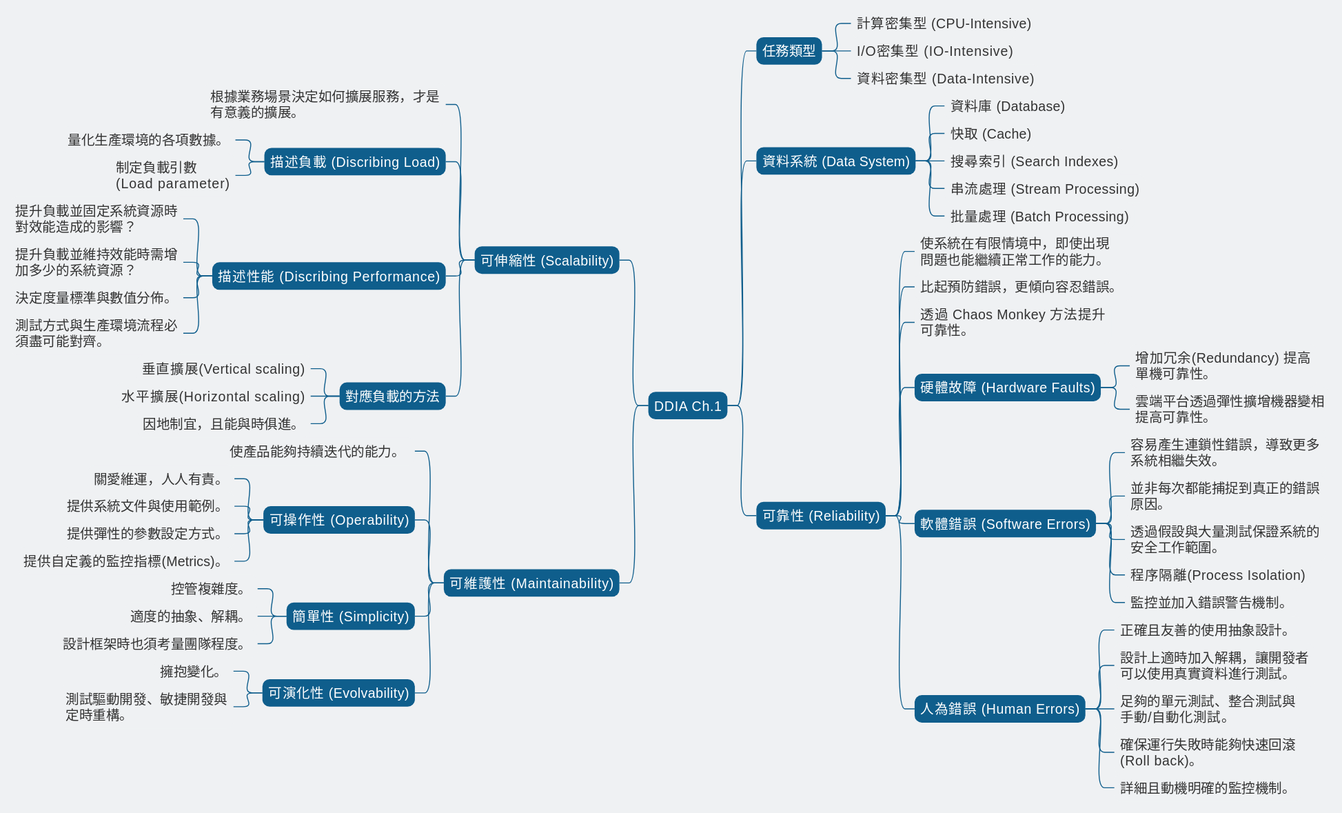
Before: images/ddia/mindmap_ch1.svg, a diagram exported from PlantUML (JianLiu666/plantuml).
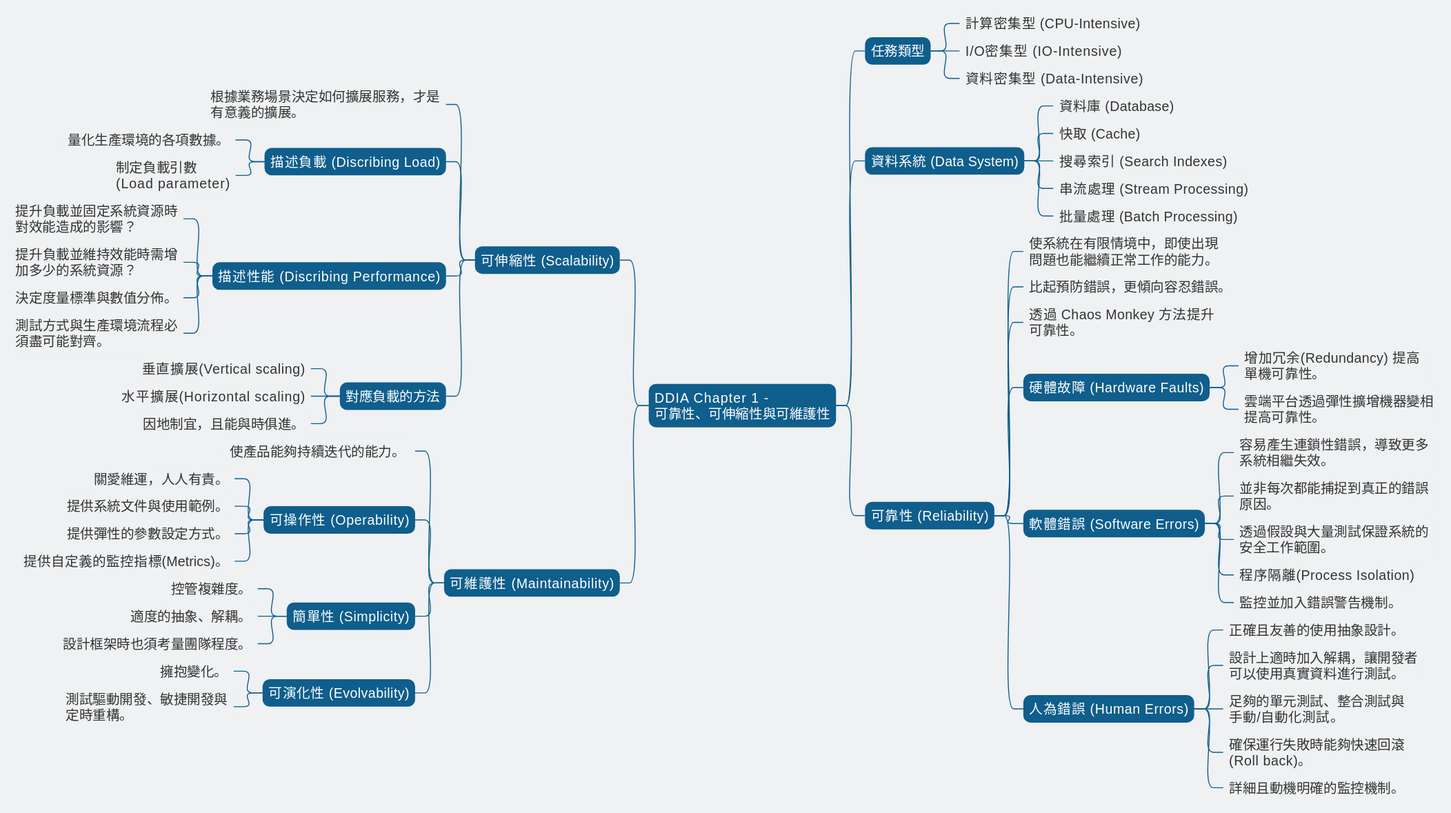
After the commit.

What changed in the source:
```diff
@@ -27,7 +27,7 @@
 }
 </style>
 
-* DDIA Ch.1
+* DDIA Chapter 1 -\n可靠性、可伸縮性與可維護性
 
 ** 任務類型
 
```
